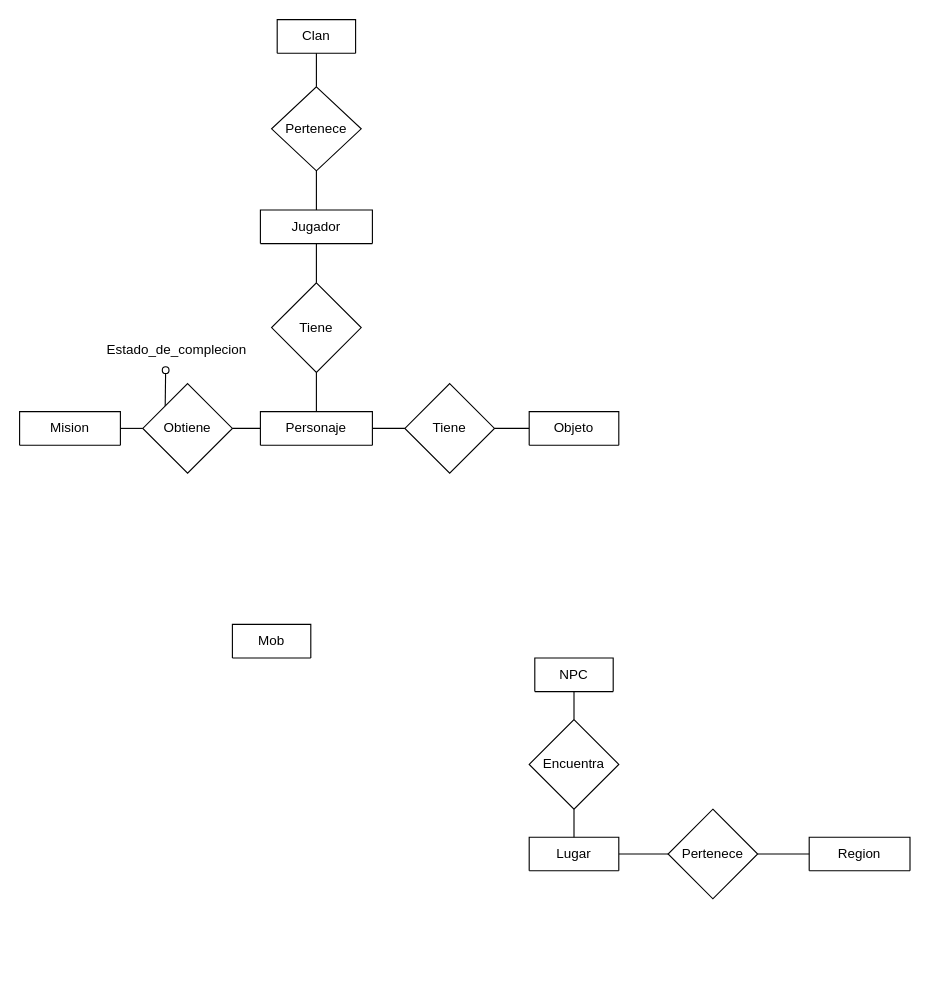
This is Base Datos/EloyDelgadoPérez.drawio from Gotrufo-Eloy/Proyectos, a draw.io file, before an edit. Source tidied: cells renumbered, new cells numbered last; positions are measured from the earlier drawing's top-left corner, leaving out a move shared by most shapes. Both pictures are drawn from the tidied source at 112%, with x=0, y=0 at pixel (19, 19).
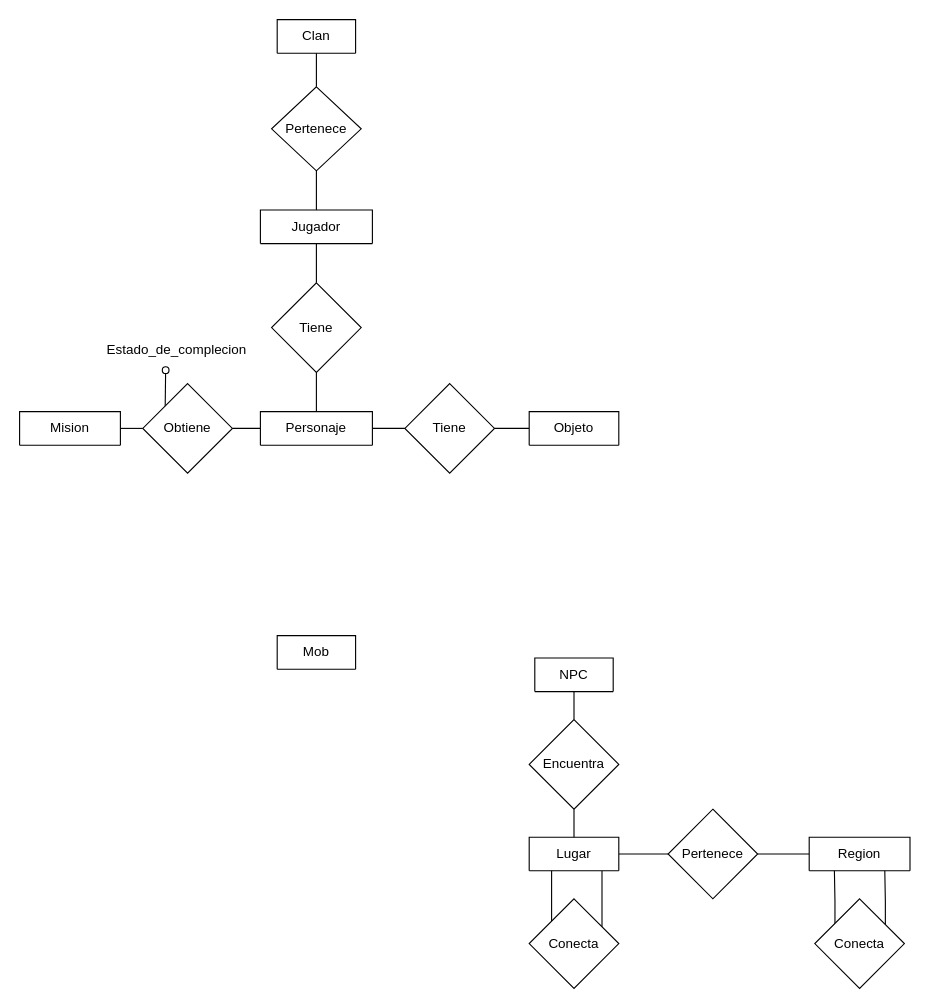
After the change.

Unchanged cells that the change refers to:
```xml
<mxCell id="12" value="Region" style="swimlane;fontStyle=0;horizontal=1;startSize=30;whiteSpace=wrap;html=1;" parent="1" vertex="1" collapsed="1">
  <mxGeometry x="705" y="730" width="90" height="30" as="geometry" />
</mxCell>
<mxCell id="14" value="Lugar" style="swimlane;fontStyle=0;horizontal=1;startSize=30;whiteSpace=wrap;html=1;" parent="1" vertex="1" collapsed="1">
  <mxGeometry x="455" y="730" width="80" height="30" as="geometry" />
</mxCell>
```

Change to the diagram source:
```diff
@@
     <mxCell id="10" value="Mob" style="swimlane;fontStyle=0;horizontal=1;startSize=30;whiteSpace=wrap;html=1;" parent="1" vertex="1" collapsed="1">
-      <mxGeometry x="190" y="540" width="70" height="30" as="geometry" />
+      <mxGeometry x="230" y="550" width="70" height="30" as="geometry" />
     </mxCell>
@@
+    <mxCell id="31" style="edgeStyle=orthogonalEdgeStyle;rounded=0;jettySize=auto;html=1;endArrow=none;endFill=0;" parent="1" edge="1" source="14" target="33">
+      <mxGeometry relative="1" as="geometry">
+        <Array as="points">
+          <mxPoint x="520" y="780" />
+          <mxPoint x="520" y="780" />
+        </Array>
+      </mxGeometry>
+    </mxCell>
@@
+    <mxCell id="32" style="edgeStyle=orthogonalEdgeStyle;rounded=0;jettySize=auto;html=1;exitX=0;exitY=0;exitDx=0;exitDy=0;entryX=0.25;entryY=1;entryDx=0;entryDy=0;endArrow=none;endFill=0;" parent="1" edge="1" source="33" target="14">
+      <mxGeometry relative="1" as="geometry" />
+    </mxCell>
+    <mxCell id="33" value="Conecta" style="rhombus;whiteSpace=wrap;html=1;fontStyle=0;startSize=30;" parent="1" vertex="1">
+      <mxGeometry x="455" y="785" width="80" height="80" as="geometry" />
+    </mxCell>
+    <mxCell id="34" style="edgeStyle=orthogonalEdgeStyle;rounded=0;jettySize=auto;html=1;exitX=1;exitY=0;exitDx=0;exitDy=0;entryX=0.75;entryY=1;entryDx=0;entryDy=0;endArrow=none;endFill=0;" parent="1" edge="1" source="36" target="12">
+      <mxGeometry relative="1" as="geometry">
+        <Array as="points">
+          <mxPoint x="773" y="835" />
+          <mxPoint x="773" y="787" />
+          <mxPoint x="772" y="787" />
+        </Array>
+      </mxGeometry>
+    </mxCell>
+    <mxCell id="35" style="edgeStyle=orthogonalEdgeStyle;rounded=0;jettySize=auto;html=1;exitX=0;exitY=0;exitDx=0;exitDy=0;entryX=0.25;entryY=1;entryDx=0;entryDy=0;endArrow=none;endFill=0;" parent="1" edge="1" source="36" target="12">
+      <mxGeometry relative="1" as="geometry">
+        <Array as="points">
+          <mxPoint x="728" y="835" />
+          <mxPoint x="728" y="787" />
+          <mxPoint x="727" y="787" />
+        </Array>
+      </mxGeometry>
+    </mxCell>
+    <mxCell id="36" value="Conecta" style="rhombus;whiteSpace=wrap;html=1;fontStyle=0;startSize=30;" parent="1" vertex="1">
+      <mxGeometry x="710" y="785" width="80" height="80" as="geometry" />
+    </mxCell>
```
